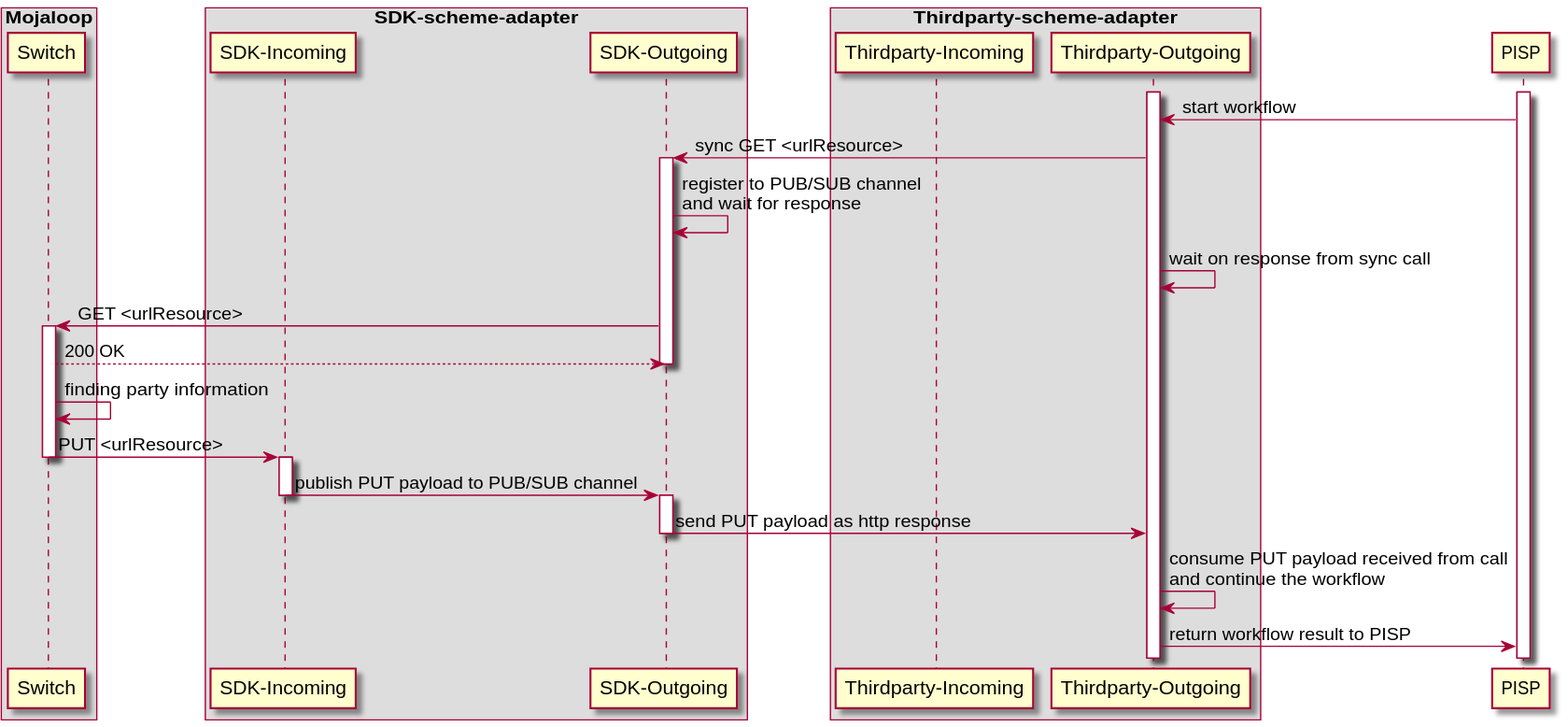
The PlantUML diagram docs/out/design-decisions/tandem_generic_pattern.svg in mojaloop/pisp-project, before a commit. Its source is kept beside it as docs/design-decisions/tandem_generic_pattern.puml. Its diagram source:
```plantuml
@startuml

box "Mojaloop"
  participant Switch as S
end box

box "SDK-scheme-adapter"
  participant "SDK-Incoming" as Sin
  participant "SDK-Outgoing" as Sout
end box
box "Thirdparty-scheme-adapter"
  participant "Thirdparty-Incoming" as Tin
  participant "Thirdparty-Outgoing" as Tout
end box

participant PISP as P

activate Tout
activate P
P -> Tout: start workflow
Tout -> Sout: sync GET <urlResource>
activate Sout
Sout -> Sout: register to PUB/SUB channel\nand wait for response
Tout -> Tout: wait on response from sync call

Sout -> S: GET <urlResource>
activate S
S --> Sout: 200 OK
deactivate Sout
S -> S: finding party information

S -> Sin: PUT <urlResource>
deactivate S
activate Sin
Sin -> Sout: publish PUT payload to PUB/SUB channel
deactivate Sin
activate Sout
Sout -> Tout: send PUT payload as http response
deactivate Sout

Tout -> Tout: consume PUT payload received from call\nand continue the workflow
Tout -> P: return workflow result to PISP
@enduml
```
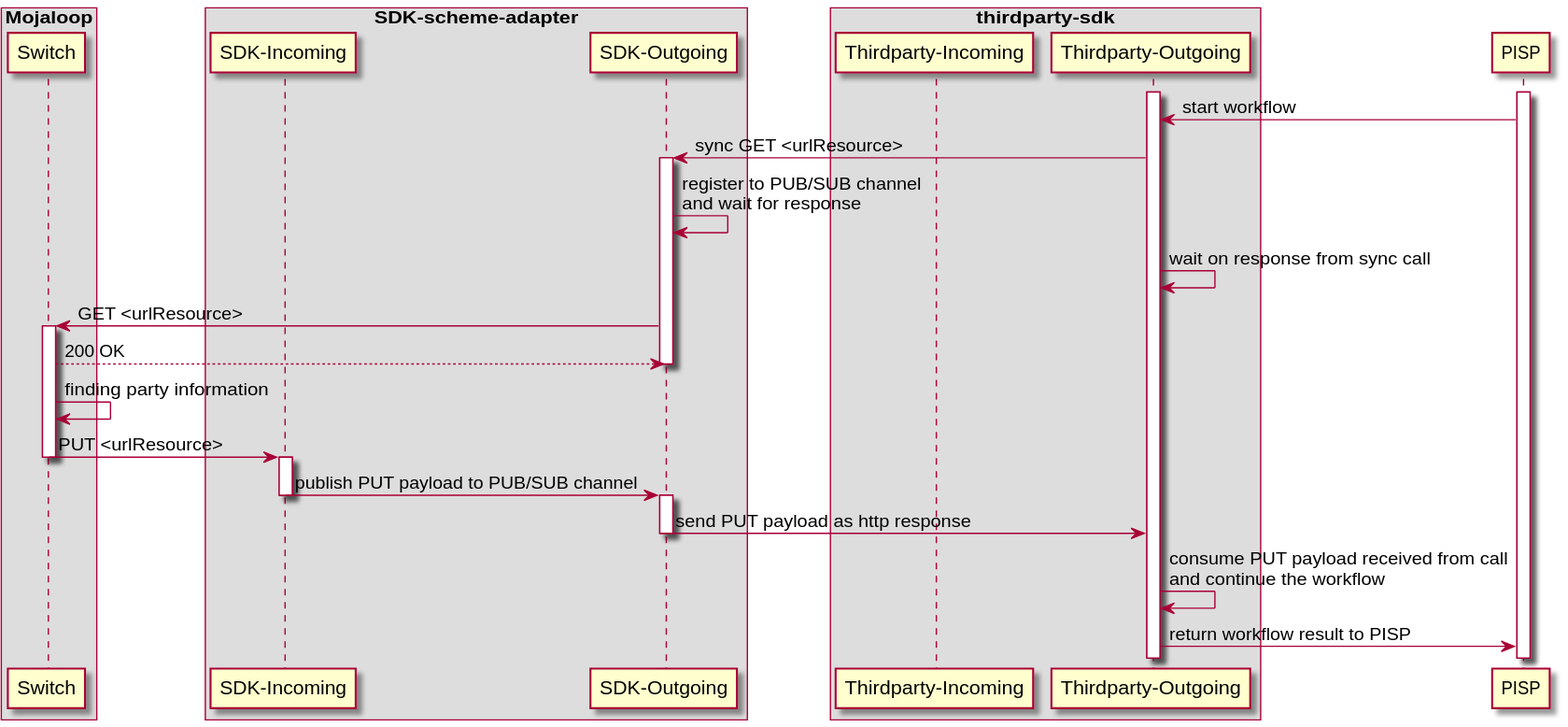
The same diagram one commit later.

Change to the diagram source:
```diff
@@ -8,7 +8,7 @@
   participant "SDK-Incoming" as Sin
   participant "SDK-Outgoing" as Sout
 end box
-box "Thirdparty-scheme-adapter"
+box "thirdparty-sdk"
   participant "Thirdparty-Incoming" as Tin
   participant "Thirdparty-Outgoing" as Tout
 end box
```
